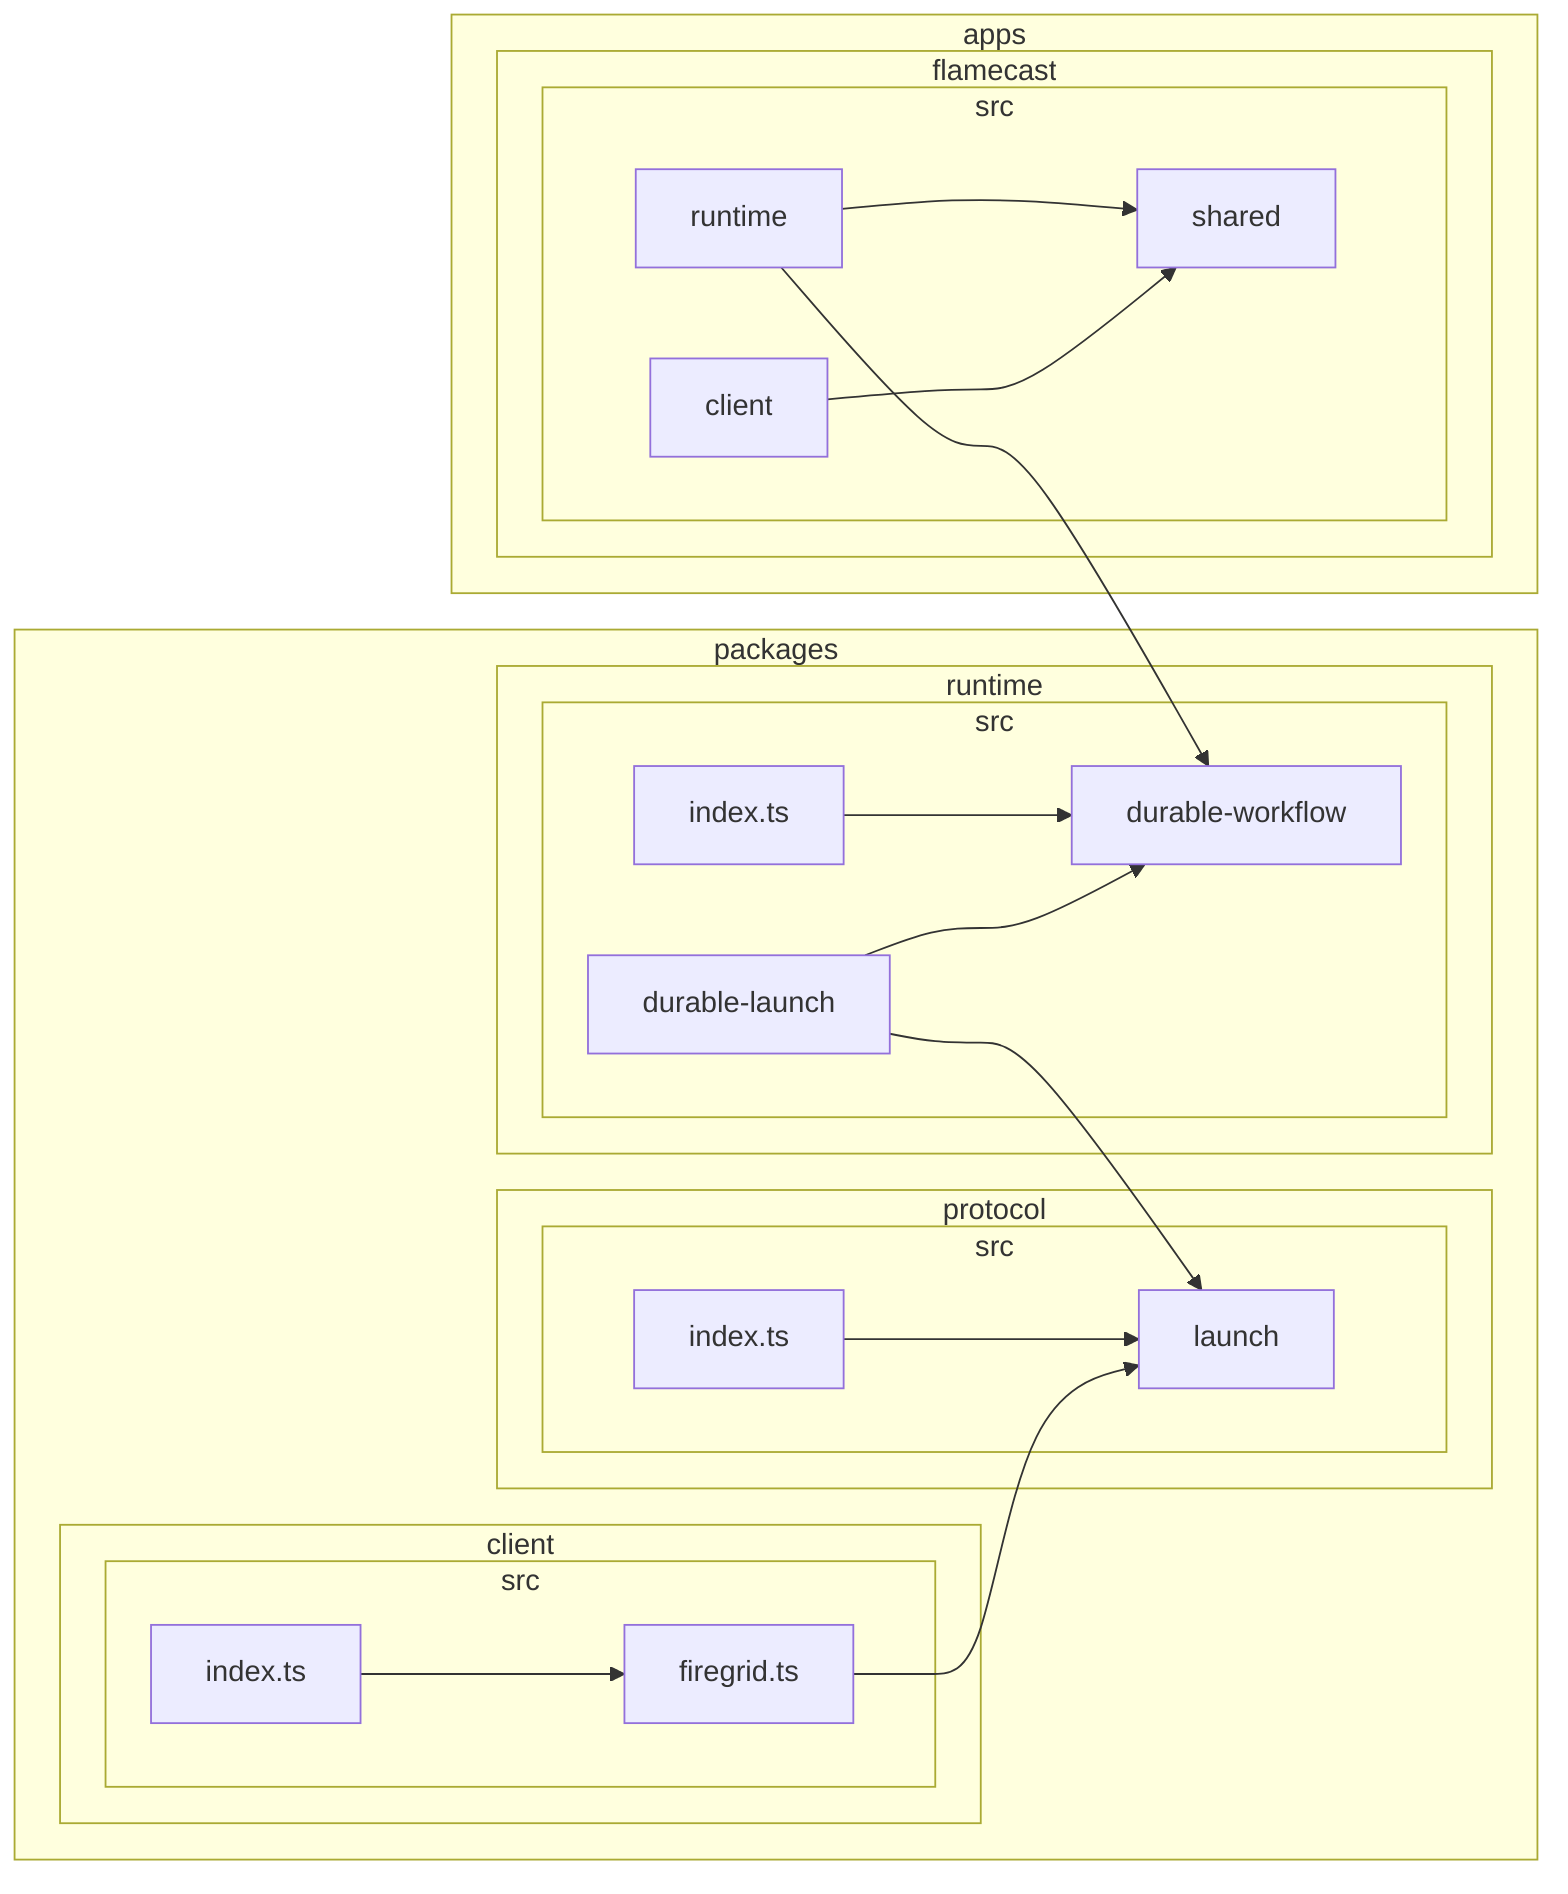
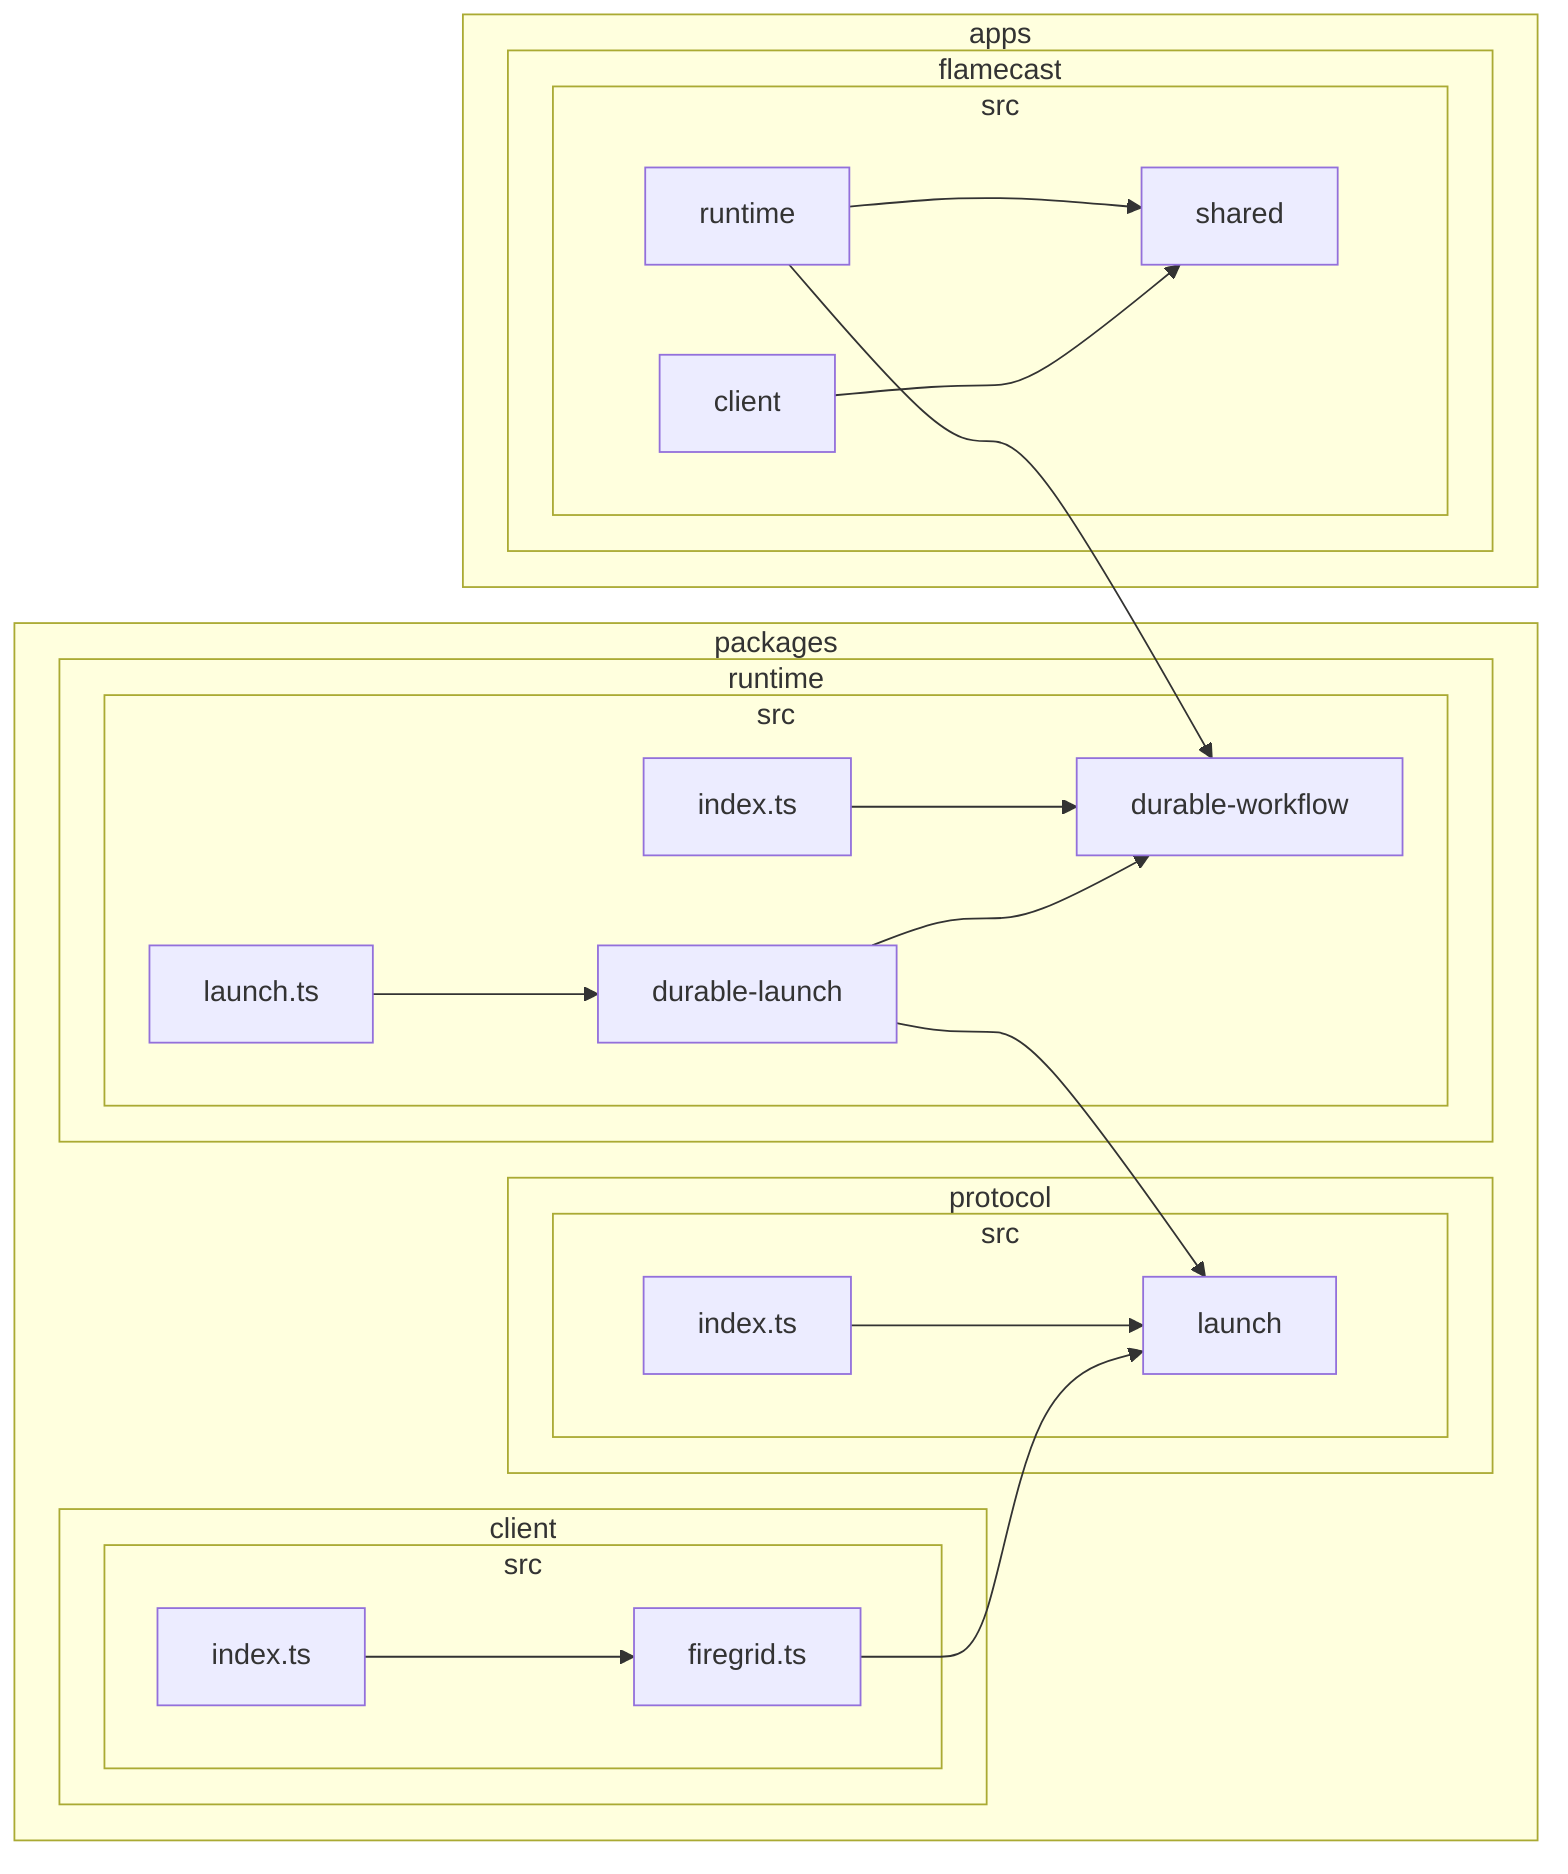
flowchart LR

subgraph 0["apps"]
subgraph 1["flamecast"]
subgraph 2["src"]
3["client"]
4["runtime"]
5["shared"]
end
end
end
subgraph 6["packages"]
subgraph 7["client"]
subgraph 8["src"]
9["firegrid.ts"]
A["index.ts"]
end
end
subgraph B["protocol"]
subgraph C["src"]
D["index.ts"]
E["launch"]
end
end
subgraph F["runtime"]
subgraph G["src"]
H["durable-launch"]
I["durable-workflow"]
J["index.ts"]
+ K["launch.ts"]
end
end
end
3-->5
+ 4-->5
4-->I
- 4-->5
9-->E
A-->9
D-->E
H-->I
H-->E
J-->I
+ K-->H
